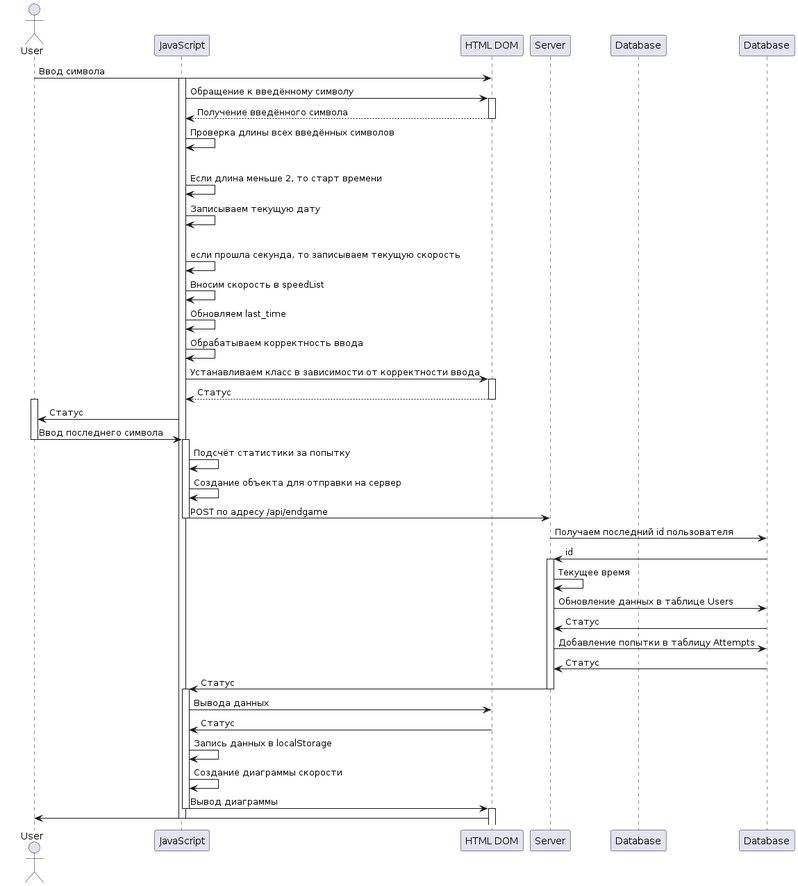
Above: docs/diagrams/sequence.png in danelloptz/typeguru (PlantUML), before the change. The source it was exported from:
```plantuml
@startuml
actor User
participant "JavaScript" as JS
participant "HTML DOM" as DOM
participant "Server" as Server
participant "Database" as DB

User -> DOM: Ввод символа
activate JS
JS -> DOM: Обращение к введённому символу
activate DOM
DOM --> JS: Получение введённого символа
deactivate DOM
JS -> JS: Проверка длины всех введённых символов
alt length < 2
    JS -> JS: Если длина меньше 2, то старт времени
else
    JS -> JS: Записываем текущую дату
    alt current time - start_time >= last_time - start_time
        JS -> JS: если прошла секунда, то записываем текущую скорость
        JS -> JS: Вносим скорость в speedList
        JS -> JS: Обновляем last_time
JS -> JS: Обрабатываем корректность ввода
JS -> DOM: Устанавливаем класс в зависимости от корректности ввода
activate DOM
DOM --> JS: Статус
deactivate DOM
activate User
JS -> User : Статус
User -> JS : Ввод последнего символа
deactivate User
activate JS
JS -> JS : Подсчёт статистики за попытку
JS -> JS :Создание объекта для отправки на сервер
JS -> Server : POST по адресу /api/endgame
deactivate JS
Server -> Database : Получаем последний id пользователя
Database -> Server : id
activate Server
Server -> Server : Текущее время
Server -> Database : Обновление данных в таблице Users
Database -> Server : Статус
Server -> Database : Добавление попытки в таблицу Attempts
Database -> Server : Статус
Server -> JS : Статус
deactivate Server
activate JS
JS -> DOM : Вывода данных
DOM -> JS : Статус
JS -> JS : Запись данных в localStorage
JS -> JS : Создание диаграммы скорости
JS -> DOM : Вывод диаграммы
deactivate JS
activate DOM
DOM -> User



deactivate JS
@enduml
```
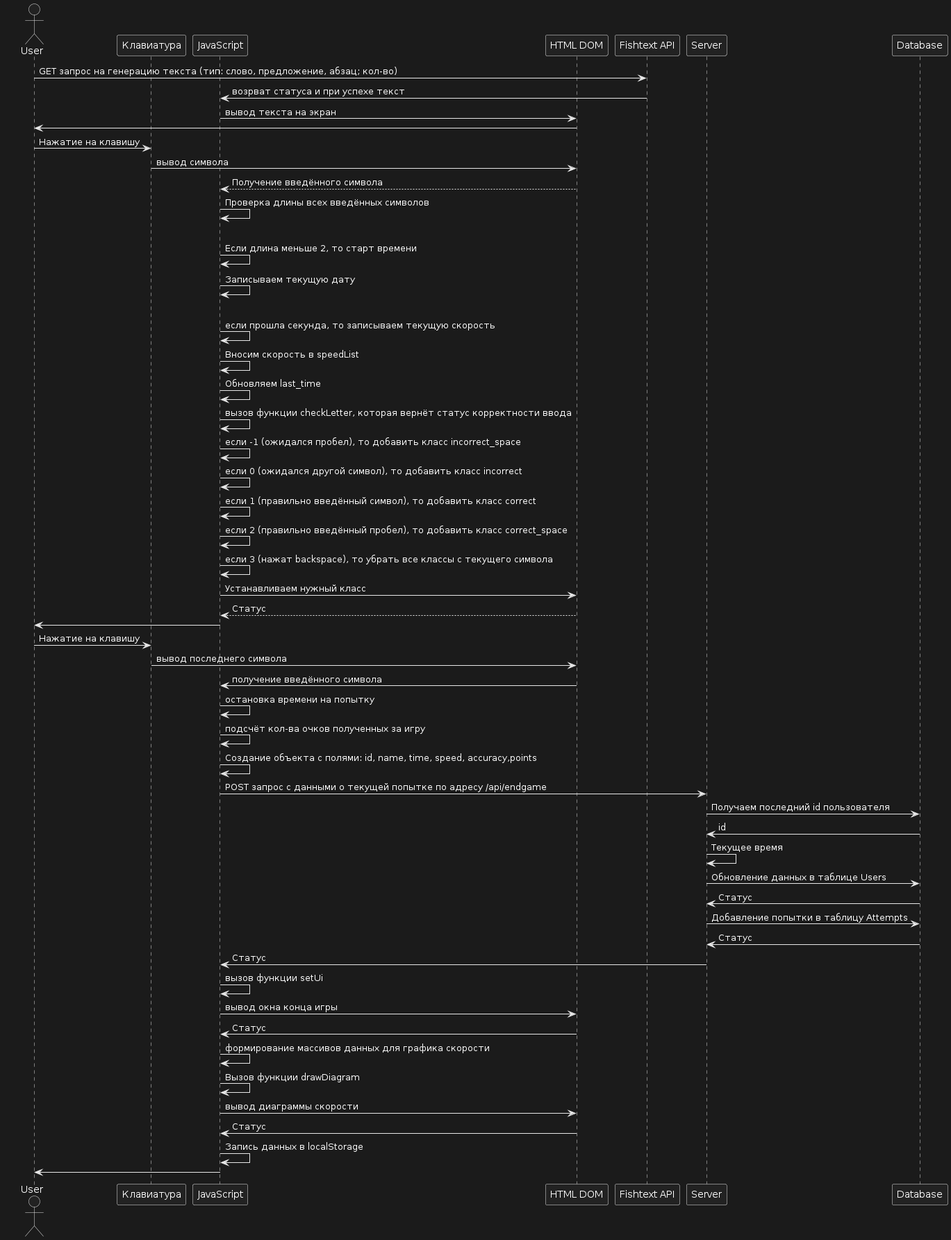
After the commit.

Commit message:
Обновил диаграммы

The edit, as a diff of the source:
```diff
@@ -1,16 +1,19 @@
 @startuml
 actor User
+participant "Клавиатура" as keyboard
 participant "JavaScript" as JS
 participant "HTML DOM" as DOM
+participant "Fishtext API" as fish
 participant "Server" as Server
-participant "Database" as DB
+participant "Database" as Database
 
-User -> DOM: Ввод символа
-activate JS
-JS -> DOM: Обращение к введённому символу
-activate DOM
+User -> fish : GET запрос на генерацию текста (тип: слово, предложение, абзац; кол-во)
+fish -> JS : возрват статуса и при успехе текст
+JS -> DOM : вывод текста на экран
+DOM -> User
+User -> keyboard : Нажатие на клавишу
+keyboard -> DOM : вывод символа
 DOM --> JS: Получение введённого символа
-deactivate DOM
 JS -> JS: Проверка длины всех введённых символов
 alt length < 2
     JS -> JS: Если длина меньше 2, то старт времени
@@ -20,41 +23,37 @@
         JS -> JS: если прошла секунда, то записываем текущую скорость
         JS -> JS: Вносим скорость в speedList
         JS -> JS: Обновляем last_time
-JS -> JS: Обрабатываем корректность ввода
-JS -> DOM: Устанавливаем класс в зависимости от корректности ввода
-activate DOM
+JS -> JS: вызов функции checkLetter, которая вернёт статус корректности ввода
+JS -> JS: если -1 (ожидался пробел), то добавить класс incorrect_space
+JS -> JS: если 0 (ожидался другой символ), то добавить класс incorrect
+JS -> JS: если 1 (правильно введённый символ), то добавить класс correct
+JS -> JS: если 2 (правильно введённый пробел), то добавить класс correct_space
+JS -> JS: если 3 (нажат backspace), то убрать все классы с текущего символа
+JS -> DOM: Устанавливаем нужный класс
 DOM --> JS: Статус
-deactivate DOM
-activate User
-JS -> User : Статус
-User -> JS : Ввод последнего символа
-deactivate User
-activate JS
-JS -> JS : Подсчёт статистики за попытку
-JS -> JS :Создание объекта для отправки на сервер
-JS -> Server : POST по адресу /api/endgame
-deactivate JS
+JS -> User
+User -> keyboard : Нажатие на клавишу
+keyboard -> DOM : вывод последнего символа
+DOM -> JS : получение введённого символа
+JS -> JS : остановка времени на попытку
+JS -> JS : подсчёт кол-ва очков полученных за игру
+JS -> JS :Создание объекта с полями: id, name, time, speed, accuracy,points
+JS -> Server : POST запрос с данными о текущей попытке по адресу /api/endgame
 Server -> Database : Получаем последний id пользователя
 Database -> Server : id
-activate Server
 Server -> Server : Текущее время
 Server -> Database : Обновление данных в таблице Users
 Database -> Server : Статус
 Server -> Database : Добавление попытки в таблицу Attempts
 Database -> Server : Статус
 Server -> JS : Статус
-deactivate Server
-activate JS
-JS -> DOM : Вывода данных
+JS -> JS : вызов функции setUi
+JS -> DOM : вывод окна конца игры
+DOM -> JS : Статус
+JS -> JS : формирование массивов данных для графика скорости
+JS -> JS : Вызов функции drawDiagram
+JS -> DOM : вывод диаграммы скорости
 DOM -> JS : Статус
 JS -> JS : Запись данных в localStorage
-JS -> JS : Создание диаграммы скорости
-JS -> DOM : Вывод диаграммы
-deactivate JS
-activate DOM
-DOM -> User
-
-
-
-deactivate JS
+JS -> User
 @enduml
```
